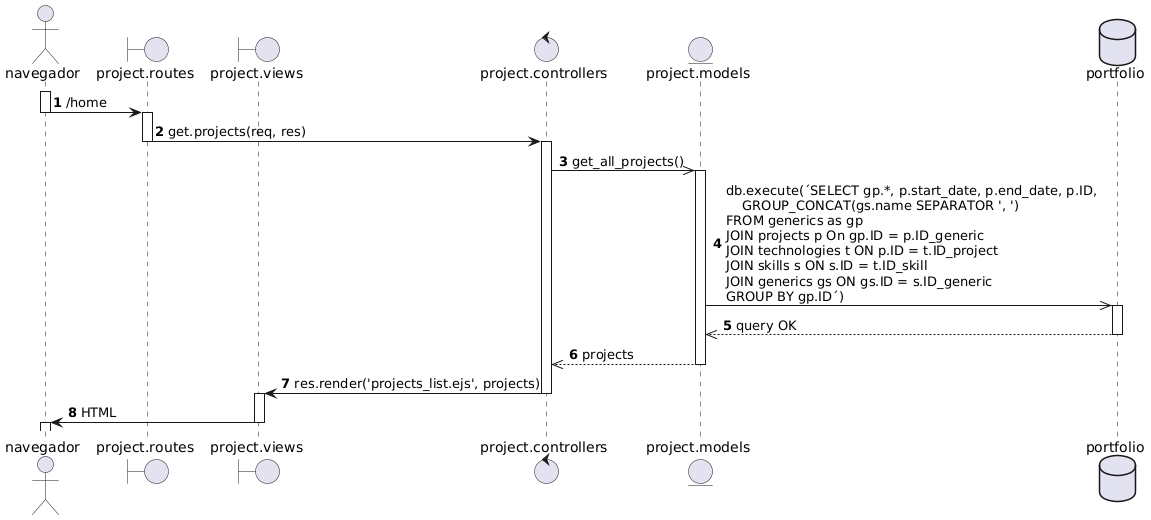
Above: Diagramas/Secuencia/CU01_U_Consultar_proyectos.png in YaelChar417/portfolio (PlantUML), before the change.
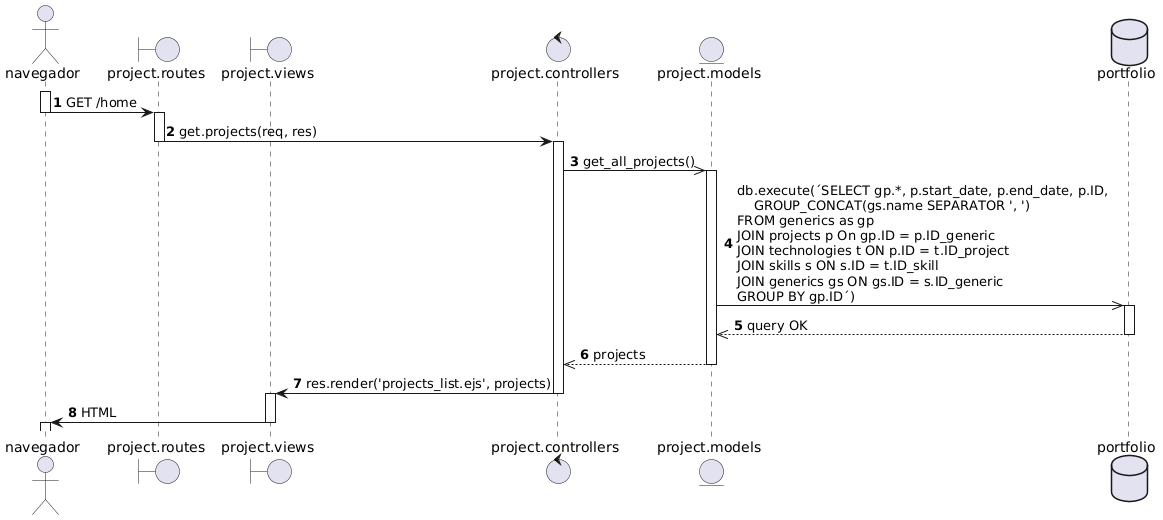
Later version of the same file.

The edit, as a diff of the source:
```diff
@@ -9,7 +9,7 @@
 database portfolio as db
 
 activate nav
-nav -> routes: /home
+nav -> routes: GET /home
 deactivate nav
 activate routes
 routes -> controller: get.projects(req, res)
```
